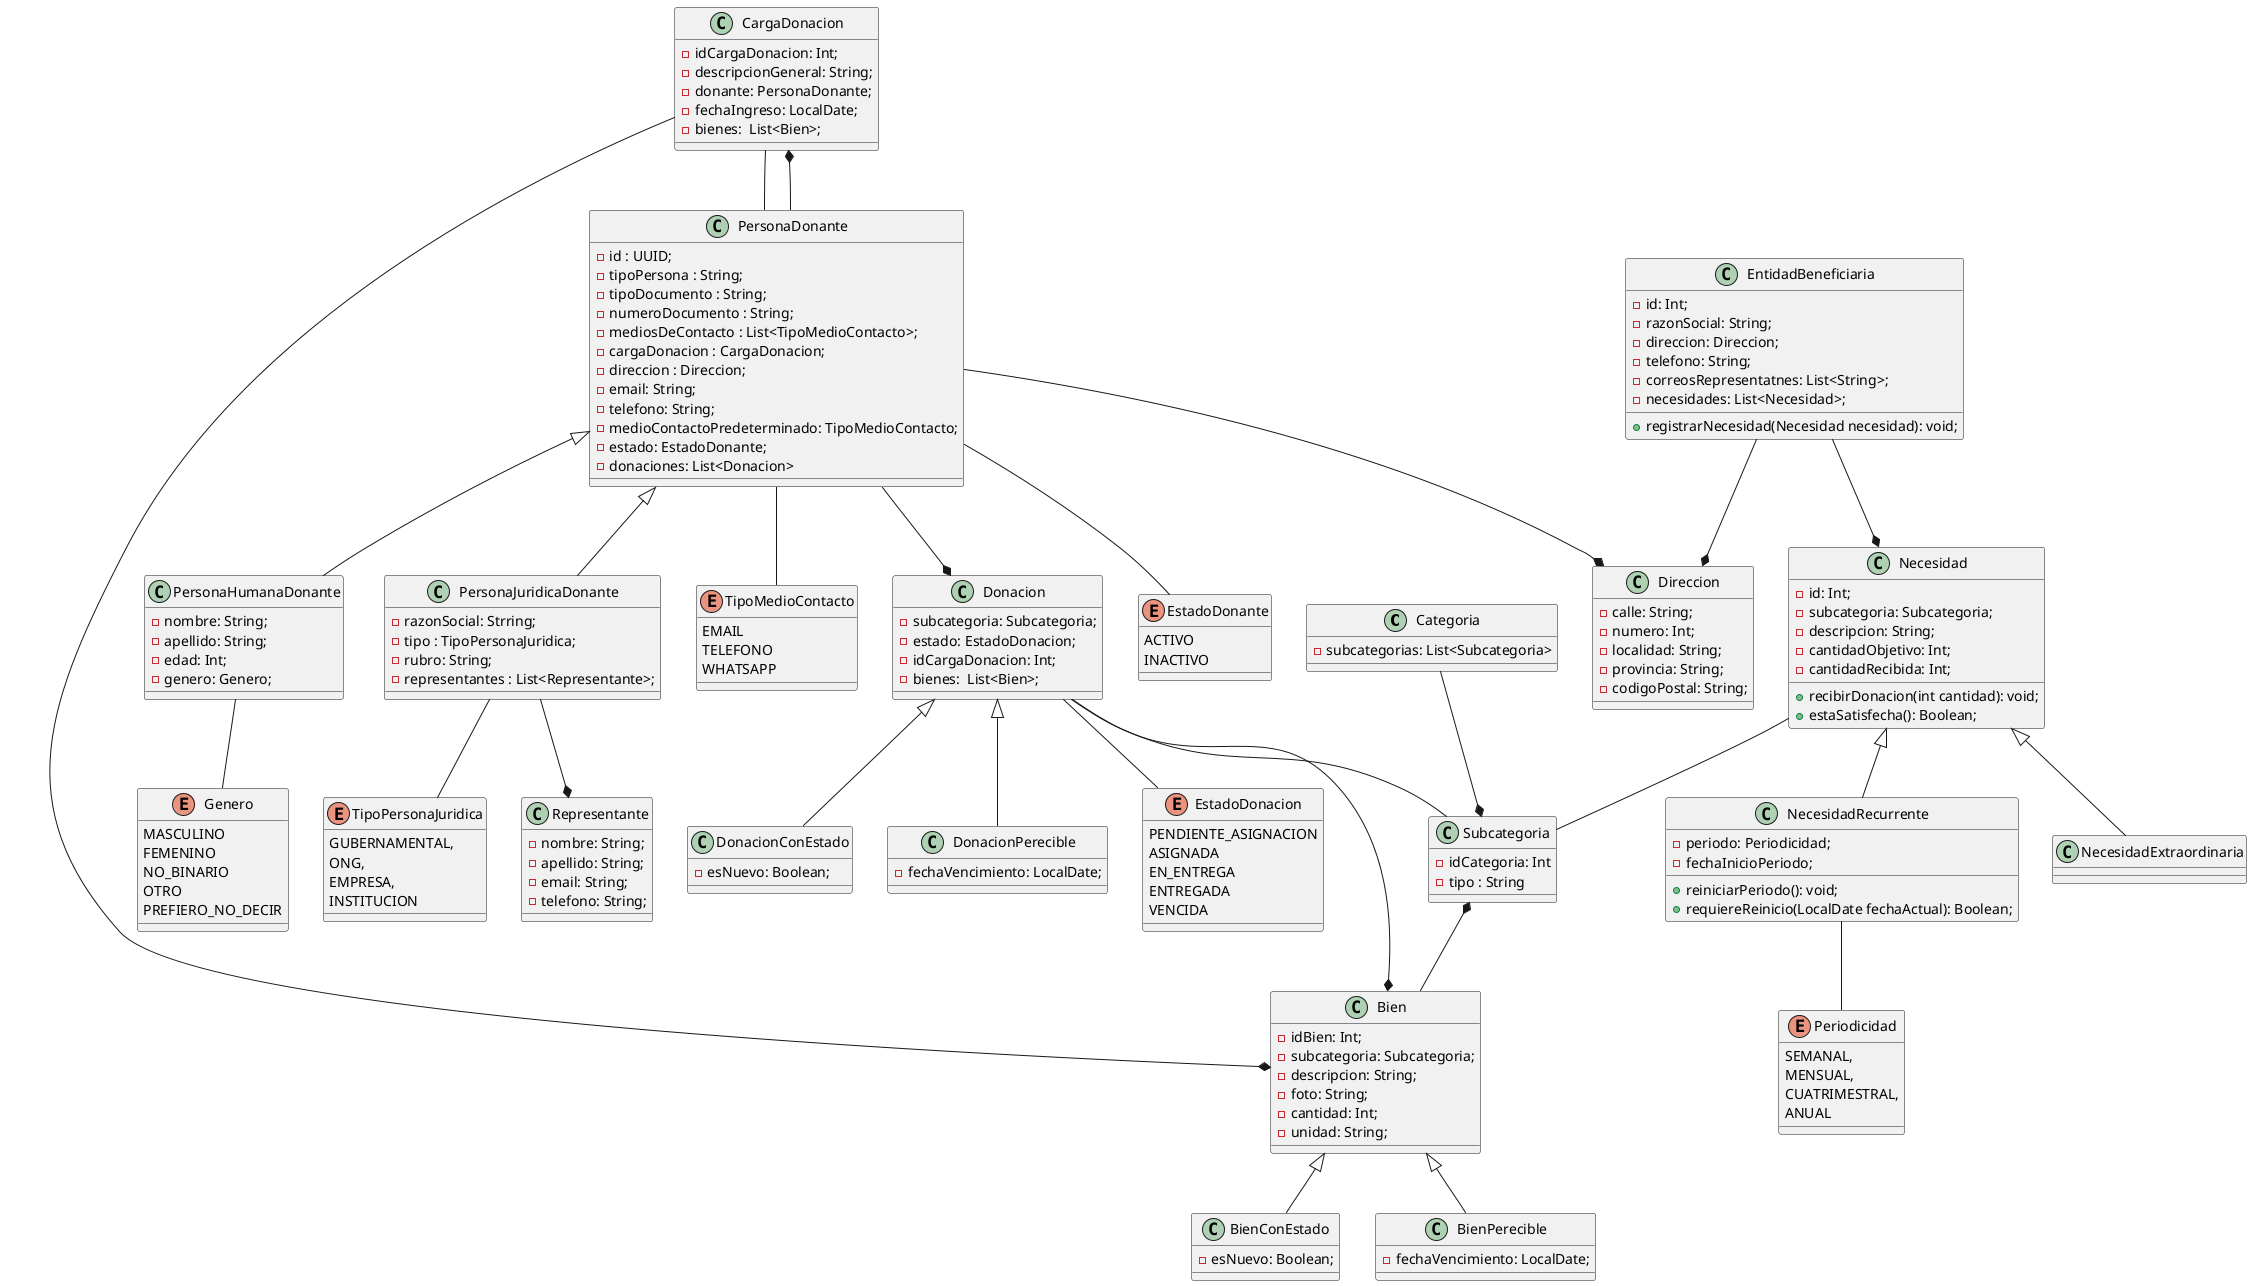
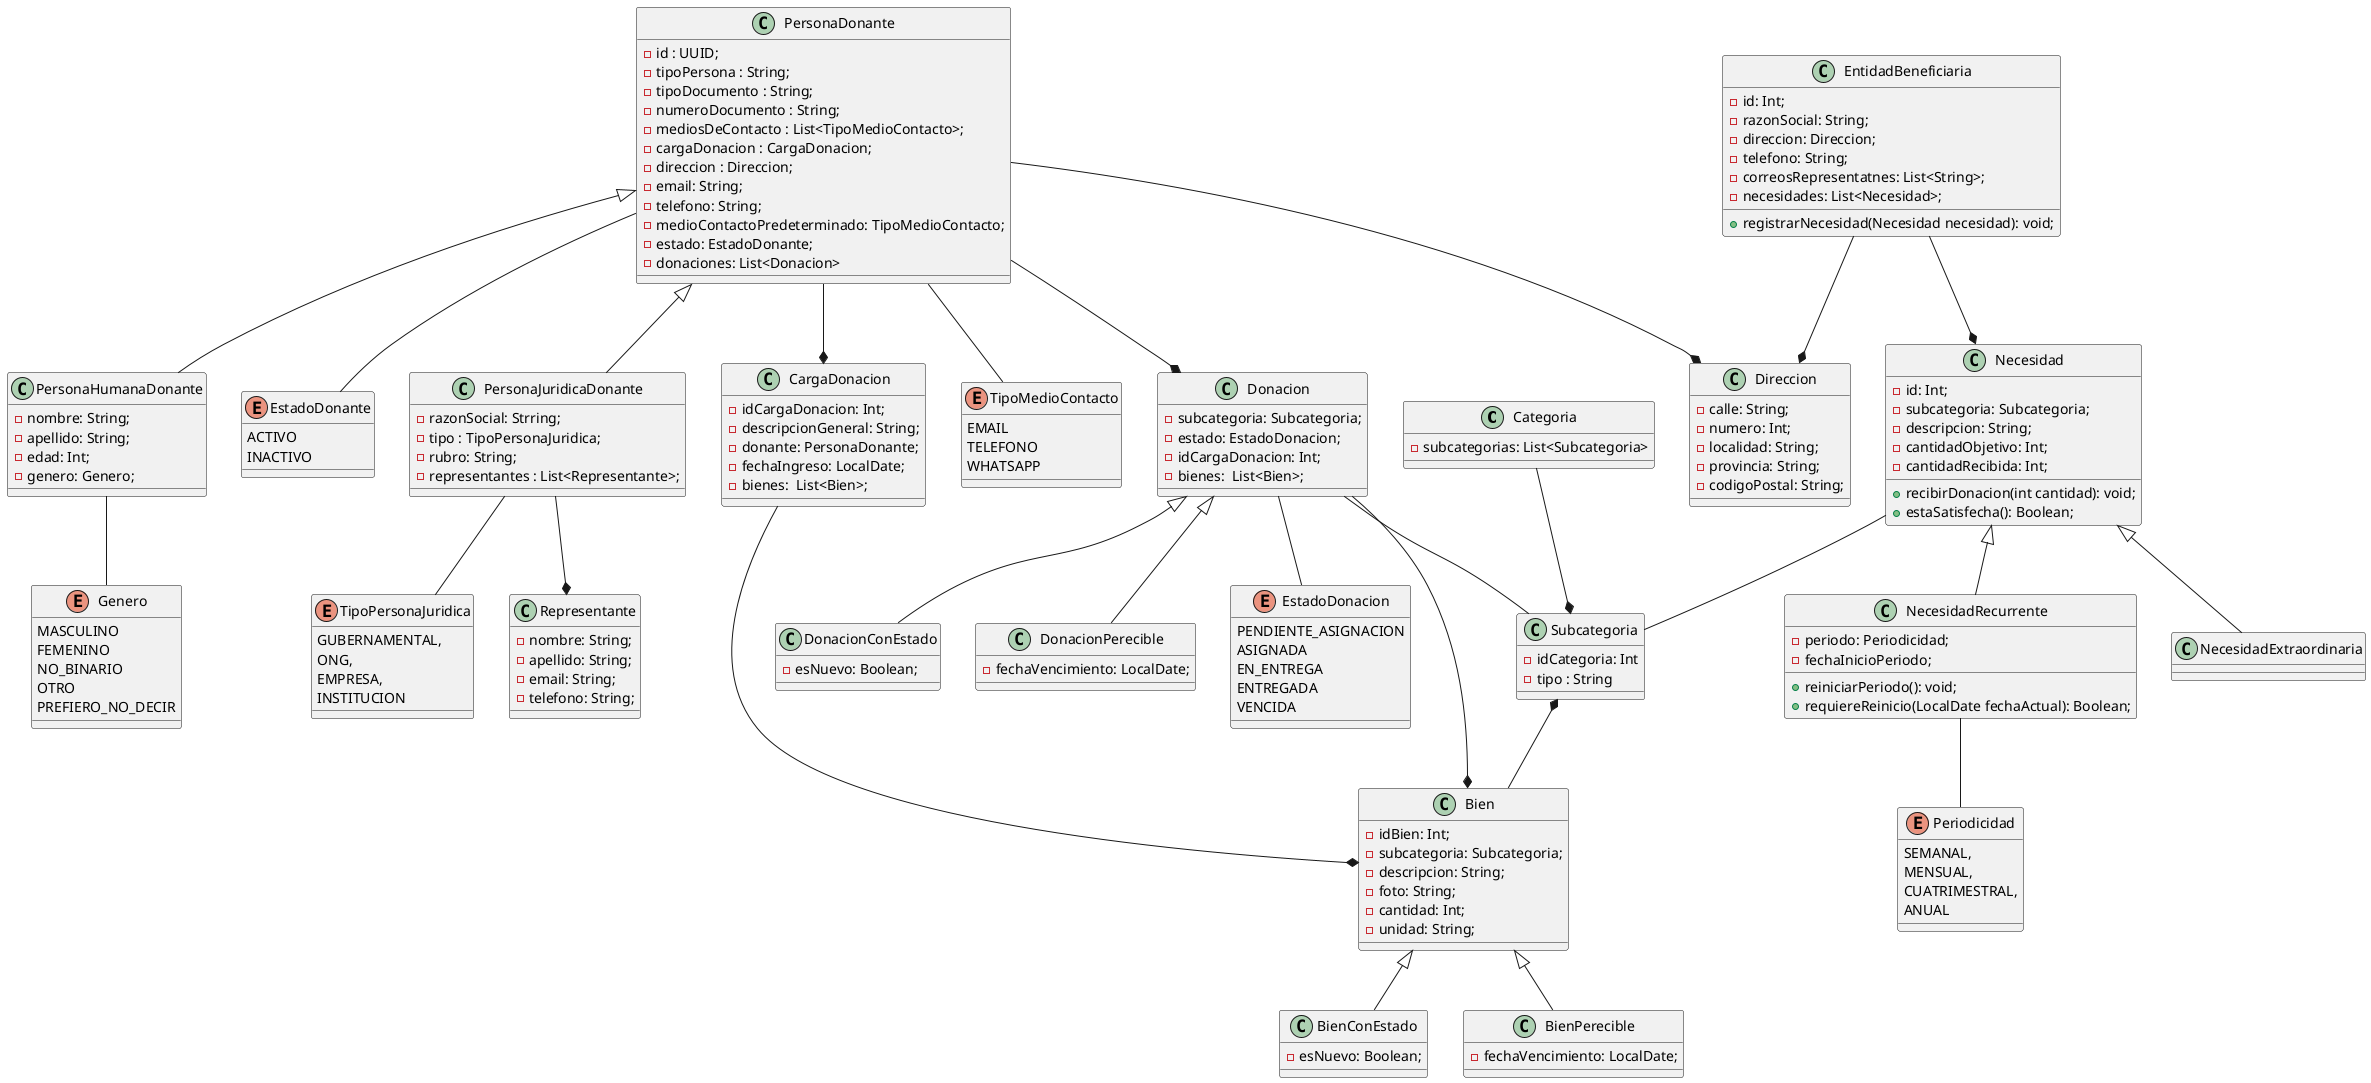
@startuml diagrama-De-Clases

class Categoria{
  - subcategorias: List<Subcategoria>
}

class Subcategoria{
  - idCategoria: Int
  - tipo : String
}

enum TipoMedioContacto{
    EMAIL
    TELEFONO
    WHATSAPP
}

class Bien{
    - idBien: Int;
    - subcategoria: Subcategoria;
    - descripcion: String;
    - foto: String;
    - cantidad: Int;
    - unidad: String;
}

class BienConEstado{
    - esNuevo: Boolean;
}

class BienPerecible{
    - fechaVencimiento: LocalDate;
}

class CargaDonacion{
    - idCargaDonacion: Int;
    - descripcionGeneral: String;
    - donante: PersonaDonante;
    - fechaIngreso: LocalDate;
    - bienes:  List<Bien>;
}

class Donacion{
    - subcategoria: Subcategoria;
    - estado: EstadoDonacion;
    - idCargaDonacion: Int;
    - bienes:  List<Bien>;
}

class DonacionConEstado{
    - esNuevo: Boolean;
}

class DonacionPerecible{
    - fechaVencimiento: LocalDate;
}

enum EstadoDonacion{
    PENDIENTE_ASIGNACION
    ASIGNADA
    EN_ENTREGA
    ENTREGADA
    VENCIDA
}

enum EstadoDonante{
    ACTIVO
    INACTIVO
}

enum Genero{
    MASCULINO
    FEMENINO
    NO_BINARIO
    OTRO
    PREFIERO_NO_DECIR
}

class PersonaDonante{
    - id : UUID;
    - tipoPersona : String;
    - tipoDocumento : String;
    - numeroDocumento : String;
    - mediosDeContacto : List<TipoMedioContacto>;
    - cargaDonacion : CargaDonacion;
    - direccion : Direccion;
    - email: String;
    - telefono: String;
    - medioContactoPredeterminado: TipoMedioContacto;
    - estado: EstadoDonante;
    - donaciones: List<Donacion>
}

class PersonaHumanaDonante{
    - nombre: String;
    - apellido: String;
    - edad: Int;
    - genero: Genero;
}

class PersonaJuridicaDonante{
    - razonSocial: Strring;
    - tipo : TipoPersonaJuridica;
    - rubro: String;
    - representantes : List<Representante>;
}

class Representante{
    - nombre: String;
    - apellido: String;
    - email: String;
    - telefono: String;
}

enum TipoPersonaJuridica {
    GUBERNAMENTAL,
    ONG,
    EMPRESA,
    INSTITUCION
}

class Direccion{
    - calle: String;
    - numero: Int;
    - localidad: String;
    - provincia: String;
    - codigoPostal: String;
}

class EntidadBeneficiaria{
    - id: Int;
    - razonSocial: String;
    - direccion: Direccion;
    - telefono: String;
    - correosRepresentatnes: List<String>;
    - necesidades: List<Necesidad>;

    + registrarNecesidad(Necesidad necesidad): void;
}

class Necesidad{
    - id: Int;
    - subcategoria: Subcategoria;
    - descripcion: String;
    - cantidadObjetivo: Int;
    - cantidadRecibida: Int;

    + recibirDonacion(int cantidad): void;
    + estaSatisfecha(): Boolean;
}

class NecesidadExtraordinaria{

}

class NecesidadRecurrente{
    - periodo: Periodicidad;
    - fechaInicioPeriodo;

    + reiniciarPeriodo(): void;
    + requiereReinicio(LocalDate fechaActual): Boolean;
}

enum Periodicidad{
    SEMANAL,
    MENSUAL,
    CUATRIMESTRAL,
    ANUAL
}

Bien <|-- BienConEstado
Bien <|-- BienPerecible
Donacion <|-- DonacionConEstado
Donacion <|-- DonacionPerecible
PersonaDonante <|-- PersonaHumanaDonante
PersonaDonante <|-- PersonaJuridicaDonante
Necesidad <|-- NecesidadExtraordinaria
Necesidad <|-- NecesidadRecurrente

NecesidadRecurrente -- Periodicidad

PersonaDonante -- TipoMedioContacto
PersonaDonante --* CargaDonacion
PersonaDonante --* Direccion
PersonaDonante --* Donacion
PersonaDonante -- EstadoDonante

PersonaJuridicaDonante -- TipoPersonaJuridica
PersonaJuridicaDonante --* Representante

PersonaHumanaDonante -- Genero

EntidadBeneficiaria --* Necesidad
EntidadBeneficiaria --* Direccion

Categoria --* Subcategoria
Subcategoria *-- Bien

Donacion --* Bien
Donacion -- EstadoDonacion
Donacion -- Subcategoria

CargaDonacion --* Bien
- CargaDonacion -- PersonaDonante

Necesidad -- Subcategoria

@enduml